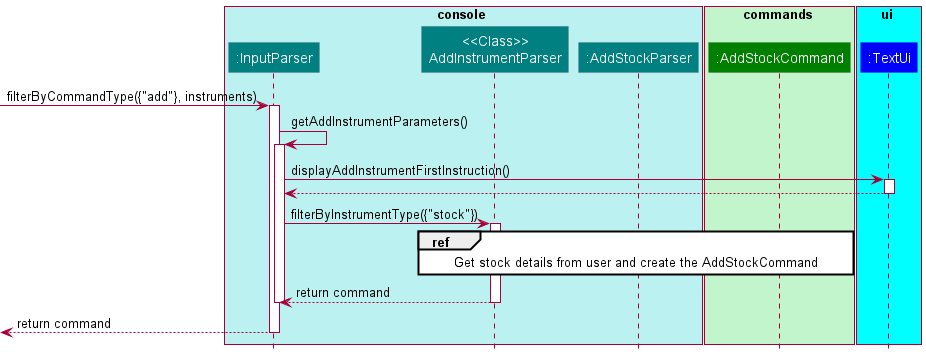
This is docs/images/AddStockSequenceDiagram.png from williamlamjy/mTracker, a PlantUML export, as it was before one commit.
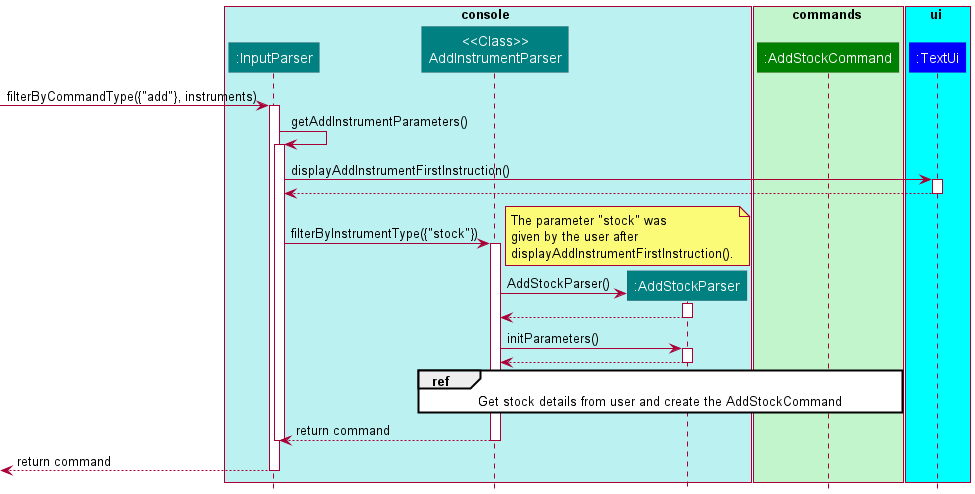
Later version of the same file.

Diff of the diagram source:
```diff
@@ -32,6 +32,24 @@
 InputParser -> AddInstrumentParser : filterByInstrumentType({"stock"})
 activate AddInstrumentParser
 
+note right
+The parameter "stock" was
+given by the user after
+displayAddInstrumentFirstInstruction().
+end note
+
+create AddStockParser
+AddInstrumentParser -> AddStockParser : AddStockParser()
+activate AddStockParser
+
+AddStockParser --> AddInstrumentParser
+deactivate AddStockParser
+
+AddInstrumentParser -> AddStockParser : initParameters()
+activate AddStockParser
+AddStockParser --> AddInstrumentParser
+deactivate AddStockParser
+
 ref over AddInstrumentParser, AddStockParser, AddStockCommand
 Get stock details from user and create the AddStockCommand
 endref
```
